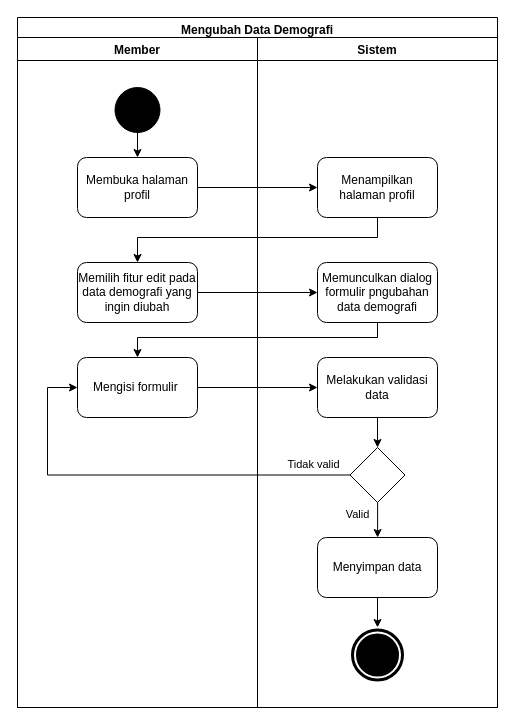
This is Diagram/Activity Diagram/10. mengubah data demografi.drawio from techie-jhs/thesis, a draw.io file, before an edit. Source tidied: cells renumbered, new cells numbered last; positions are measured from the earlier drawing's top-left corner, leaving out a move shared by most shapes. Both pictures are drawn from the tidied source at 100%, with x=0, y=0 at pixel (17, 17).
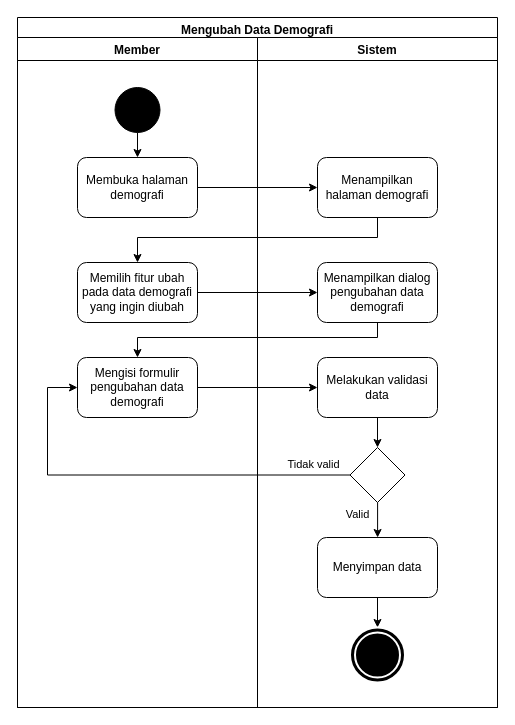
Above is the later version.

Unchanged cells that the change refers to:
```xml
<mxCell id="3" value="Member" style="swimlane;" parent="2" vertex="1">
  <mxGeometry y="20" width="240" height="670" as="geometry" />
</mxCell>
<mxCell id="8" value="Sistem" style="swimlane;" parent="2" vertex="1">
  <mxGeometry x="240" y="20" width="240" height="670" as="geometry" />
</mxCell>
```

Diff of the diagram source:
```diff
@@
-    <mxCell id="6" value="Membuka halaman profil" style="rounded=1;whiteSpace=wrap;html=1;fillColor=none;" parent="3" vertex="1">
+    <mxCell id="6" value="Membuka halaman demografi" style="rounded=1;whiteSpace=wrap;html=1;fillColor=none;" parent="3" vertex="1">
       <mxGeometry x="60" y="120" width="120" height="60" as="geometry" />
     </mxCell>
-    <mxCell id="7" value="Memilih fitur edit pada data demografi yang ingin diubah" style="rounded=1;whiteSpace=wrap;html=1;fillColor=none;" parent="3" vertex="1">
+    <mxCell id="7" value="Memilih fitur ubah pada data demografi yang ingin diubah" style="rounded=1;whiteSpace=wrap;html=1;fillColor=none;" parent="3" vertex="1">
       <mxGeometry x="60" y="225" width="120" height="60" as="geometry" />
     </mxCell>
@@
-    <mxCell id="9" value="Menampilkan halaman profil" style="rounded=1;whiteSpace=wrap;html=1;fillColor=none;" parent="8" vertex="1">
+    <mxCell id="9" value="Menampilkan halaman demografi" style="rounded=1;whiteSpace=wrap;html=1;fillColor=none;" parent="8" vertex="1">
       <mxGeometry x="60" y="120" width="120" height="60" as="geometry" />
     </mxCell>
@@
-    <mxCell id="11" value="Memunculkan dialog formulir pngubahan data demografi" style="rounded=1;whiteSpace=wrap;html=1;fillColor=none;" parent="8" vertex="1">
+    <mxCell id="11" value="Menampilkan dialog pengubahan data demografi" style="rounded=1;whiteSpace=wrap;html=1;fillColor=none;" parent="8" vertex="1">
       <mxGeometry x="60" y="225" width="120" height="60" as="geometry" />
     </mxCell>
@@
-    <mxCell id="13" value="&lt;span&gt;Mengisi formulir&amp;nbsp;&lt;/span&gt;" style="rounded=1;whiteSpace=wrap;html=1;fillColor=none;" parent="8" vertex="1">
+    <mxCell id="13" value="&lt;span&gt;Mengisi formulir pengubahan data demografi&lt;/span&gt;" style="rounded=1;whiteSpace=wrap;html=1;fillColor=none;" parent="8" vertex="1">
       <mxGeometry x="-180" y="320" width="120" height="60" as="geometry" />
     </mxCell>
```
